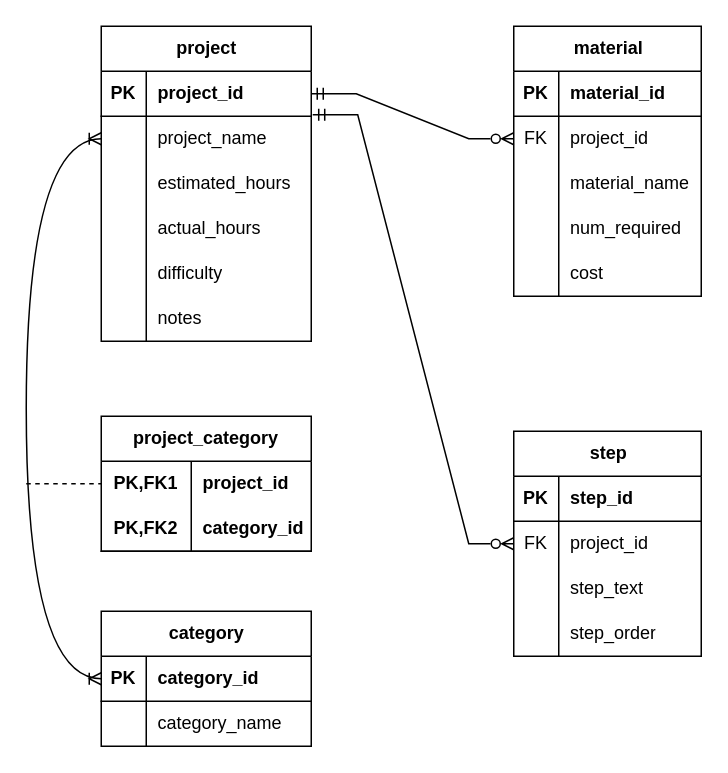
Earlier version of the draw.io diagram ERD Week8.drawio (jtabasco/MySQL-Workbench-to-create-the-project-schema-as-well-as-a-user-account.). Source tidied: cells renumbered, new cells numbered last; positions are measured from the earlier drawing's top-left corner, leaving out a move shared by most shapes. Both pictures are drawn from the tidied source at 150%, with x=0, y=0 at pixel (26, 26).
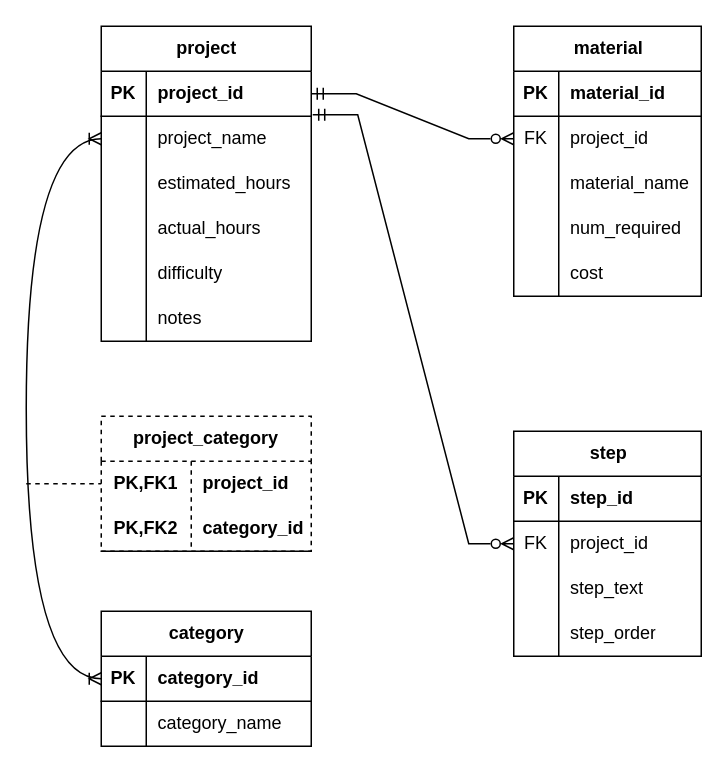
Above is the later version.

The edit, as a diff of the source:
```diff
@@
-    <mxCell id="57" value="&lt;strong id=&quot;yui_3_17_2_1_1740597487539_1636&quot;&gt;project_category&lt;/strong&gt;" style="shape=table;startSize=30;childLayout=tableLayout;rowLines=0;fontStyle=1;align=center;html=1;whiteSpace=wrap;" parent="1" vertex="1">
+    <mxCell id="57" value="&lt;strong id=&quot;yui_3_17_2_1_1740597487539_1636&quot;&gt;project_category&lt;/strong&gt;" style="shape=table;startSize=30;childLayout=tableLayout;rowLines=0;fontStyle=1;align=center;html=1;whiteSpace=wrap;dashed=1;" parent="1" vertex="1">
       <mxGeometry x="50" y="260" width="140" height="90" as="geometry" />
     </mxCell>
```
